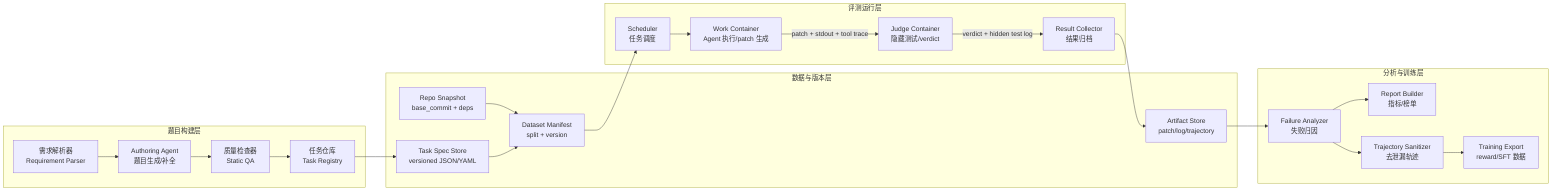
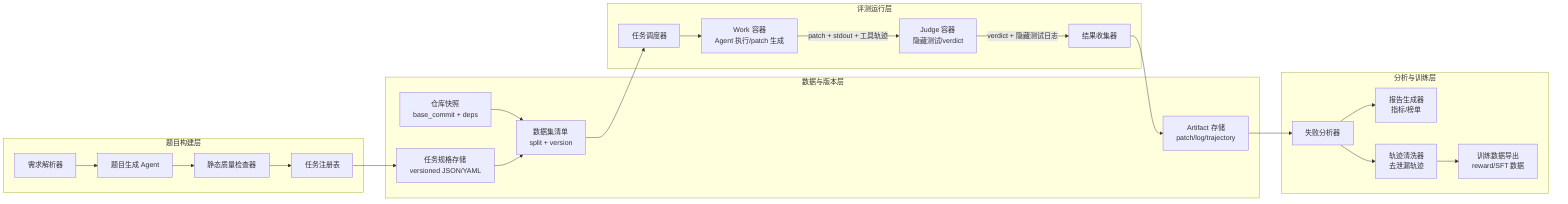
flowchart LR
    subgraph Authoring["题目构建层"]
-         A1["需求解析器\nRequirement Parser"]
-         A2["Authoring Agent\n题目生成/补全"]
-         A3["质量检查器\nStatic QA"]
-         A4["任务仓库\nTask Registry"]
+         A1["需求解析器"]
+         A2["题目生成 Agent"]
+         A3["静态质量检查器"]
+         A4["任务注册表"]
    end

    subgraph Dataset["数据与版本层"]
-         D1["Repo Snapshot\nbase_commit + deps"]
-         D2["Task Spec Store\nversioned JSON/YAML"]
-         D3["Dataset Manifest\nsplit + version"]
-         D4["Artifact Store\npatch/log/trajectory"]
+         D1["仓库快照\nbase_commit + deps"]
+         D2["任务规格存储\nversioned JSON/YAML"]
+         D3["数据集清单\nsplit + version"]
+         D4["Artifact 存储\npatch/log/trajectory"]
    end

    subgraph Runtime["评测运行层"]
-         S1["Scheduler\n任务调度"]
-         W["Work Container\nAgent 执行/patch 生成"]
-         J["Judge Container\n隐藏测试/verdict"]
-         R["Result Collector\n结果归档"]
+         S1["任务调度器"]
+         W["Work 容器\nAgent 执行/patch 生成"]
+         J["Judge 容器\n隐藏测试/verdict"]
+         R["结果收集器"]
    end

    subgraph Feedback["分析与训练层"]
-         F1["Failure Analyzer\n失败归因"]
-         F2["Report Builder\n指标/榜单"]
-         F3["Trajectory Sanitizer\n去泄漏轨迹"]
-         F4["Training Export\nreward/SFT 数据"]
+         F1["失败分析器"]
+         F2["报告生成器\n指标/榜单"]
+         F3["轨迹清洗器\n去泄漏轨迹"]
+         F4["训练数据导出\nreward/SFT 数据"]
    end

    A1 --> A2 --> A3 --> A4
    A4 --> D2
    D1 --> D3
    D2 --> D3
    D3 --> S1
    S1 --> W
-     W -->|"patch + stdout + tool trace"| J
-     J -->|"verdict + hidden test log"| R
+     W -->|"patch + stdout + 工具轨迹"| J
+     J -->|"verdict + 隐藏测试日志"| R
    R --> D4
    D4 --> F1 --> F2
    F1 --> F3 --> F4
